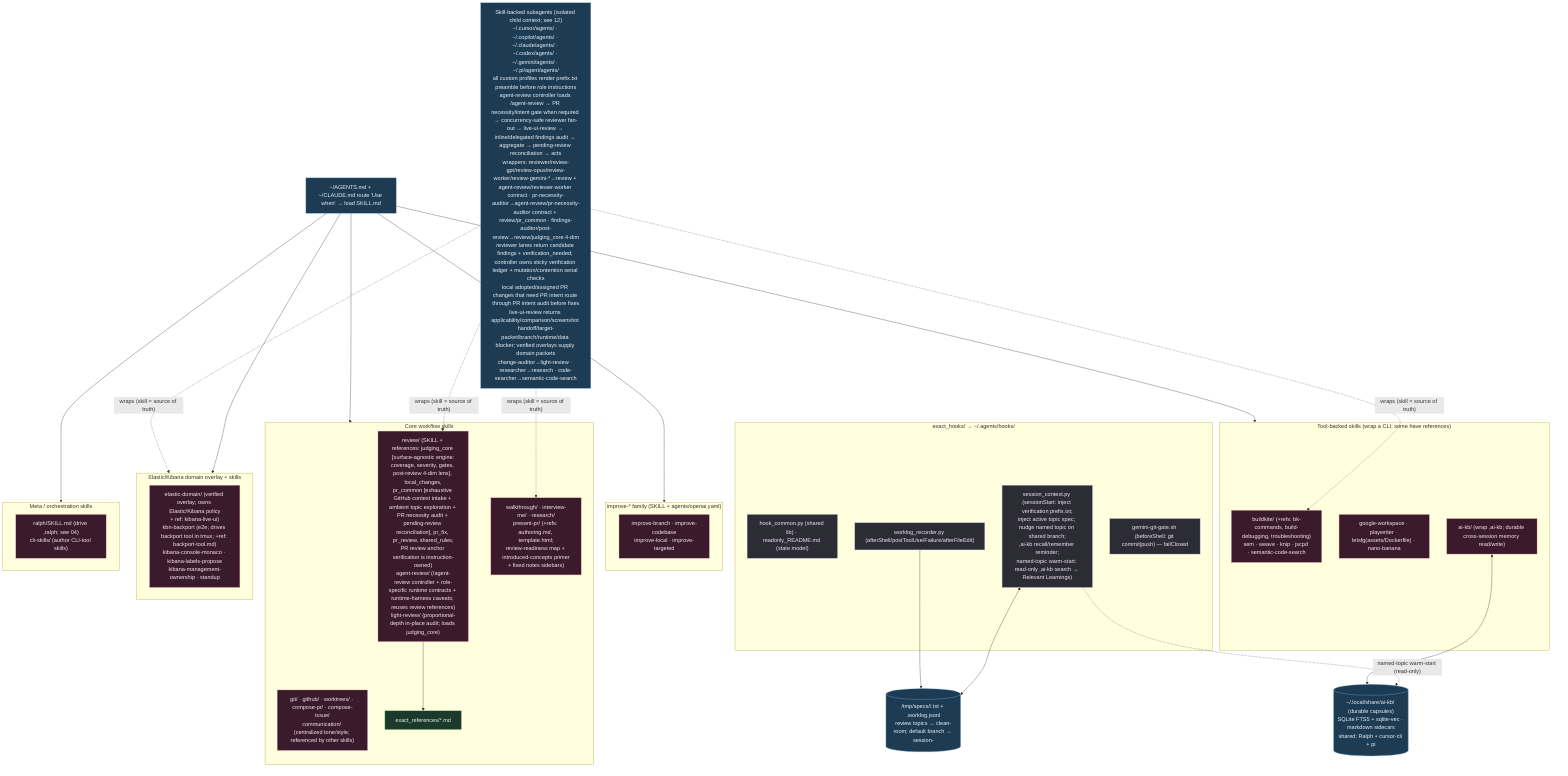
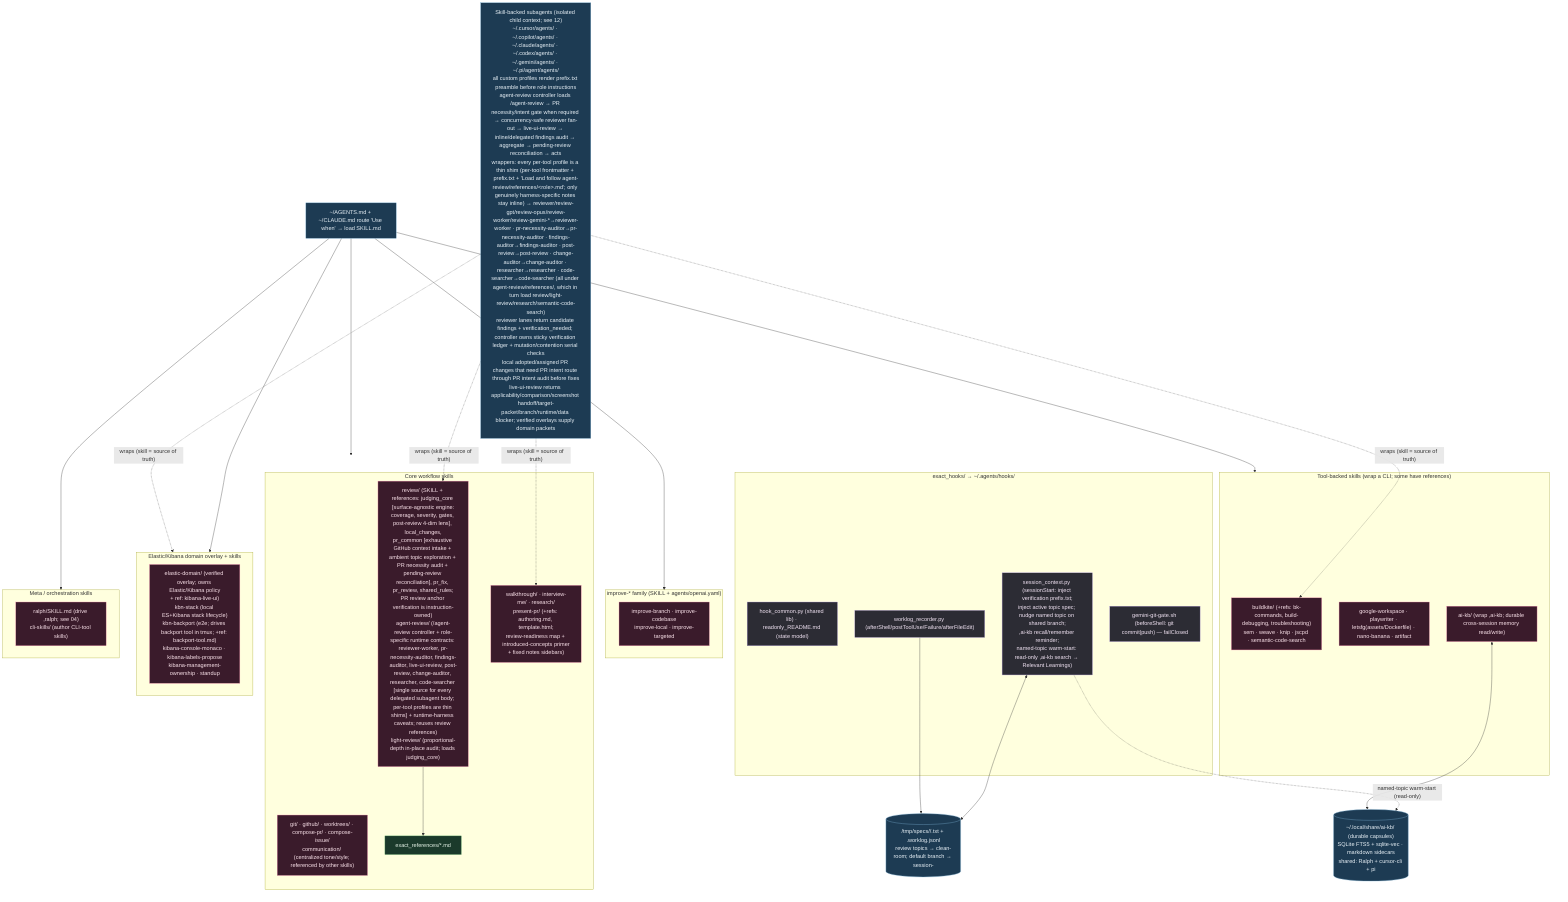
%% ============================================================================
- %% 03b-agent-skills-hooks.mmd — Every file under home/exact_dot_agents/ (67).
+ %% 03b-agent-skills-hooks.mmd — Every file under home/exact_dot_agents/ (73).
%% Skills → ~/.agents/skills/ (intent-routed SKILL.md). Shared hooks → ~/.agents/hooks/.
%% ============================================================================
flowchart TB
    classDef skill fill:#3a1b2b,stroke:#f48fb1,color:#fce4ec;
    classDef hook fill:#2c2c34,stroke:#b39ddb,color:#f3e5f5;
    classDef ref fill:#1b3a2b,stroke:#81c784,color:#e8f5e9;
    classDef data fill:#1d3b53,stroke:#7fb3d5,color:#eaf2f8;

    subgraph HOOKS["exact_hooks/ → ~/.agents/hooks/"]
        HC["hook_common.py (shared lib) · readonly_README.md (state model)"]:::hook
        SCx["session_context.py (sessionStart: inject verification prefix.txt;<br/>inject active topic spec; nudge named topic on shared branch;<br/>,ai-kb recall/remember reminder;<br/>named-topic warm-start: read-only ,ai-kb search → Relevant Learnings)"]:::hook
        WLx["worklog_recorder.py (afterShell/postToolUse/Failure/afterFileEdit)"]:::hook
        GG["gemini-git-gate.sh (beforeShell: git commit|push) — failClosed"]:::hook
    end

    MEM[("/tmp/specs/<pwd>/<topic>.txt + .worklog.jsonl<br/>review topics → clean-room; default branch → session-<id>")]:::data
    SCx <--> MEM
    WLx --> MEM

    KBDB[("~/.local/share/ai-kb/ (durable capsules)<br/>SQLite FTS5 + sqlite-vec · markdown sidecars<br/>shared: Ralph + cursor-cli + pi")]:::data
    SCx -. "named-topic warm-start (read-only)" .-> KBDB

    subgraph CORE["Core workflow skills"]
-         S1["review/ (SKILL + references: judging_core [surface-agnostic engine:<br/>coverage, severity, gates, post-review 4-dim lens], local_changes,<br/>pr_common [exhaustive GitHub context intake + ambient topic exploration + PR necessity audit + pending-review reconciliation], pr_fix, pr_review, shared_rules;<br/>PR review anchor verification is instruction-owned)<br/>agent-review/ (/agent-review controller + role-specific runtime contracts + runtime-harness caveats; reuses review references)<br/>light-review/ (proportional-depth in-place audit; loads judging_core)"]:::skill
+         S1["review/ (SKILL + references: judging_core [surface-agnostic engine:<br/>coverage, severity, gates, post-review 4-dim lens], local_changes,<br/>pr_common [exhaustive GitHub context intake + ambient topic exploration + PR necessity audit + pending-review reconciliation], pr_fix, pr_review, shared_rules;<br/>PR review anchor verification is instruction-owned)<br/>agent-review/ (/agent-review controller + role-specific runtime contracts: reviewer-worker, pr-necessity-auditor, findings-auditor, live-ui-review, post-review, change-auditor, researcher, code-searcher [single source for every delegated subagent body; per-tool profiles are thin shims] + runtime-harness caveats; reuses review references)<br/>light-review/ (proportional-depth in-place audit; loads judging_core)"]:::skill
        S2["git/ · github/ · worktrees/ · compose-pr/ · compose-issue/<br/>communication/ (centralized tone/style; referenced by other skills)"]:::skill
        S3["walkthrough/ · interview-me/ · research/<br/>present-pr/ (+refs: authoring.md, template.html;<br/>review-readiness map + introduced-concepts primer<br/>+ fixed notes sidebars)"]:::skill
        S1 --> R1["exact_references/*.md"]:::ref
    end

    subgraph IMPROVE["improve-* family (SKILL + agents/openai.yaml)"]
        S4["improve-branch · improve-codebase<br/>improve-local · improve-targeted"]:::skill
    end

    subgraph TOOLS["Tool-backed skills (wrap a CLI; some have references)"]
        S5["buildkite/ (+refs: bk-commands, build-debugging, troubleshooting)<br/>sem · weave · knip · jscpd · semantic-code-search"]:::skill
-         S6["google-workspace · playwriter · letsfg(assets/Dockerfile) · nano-banana"]:::skill
+         S6["google-workspace · playwriter · letsfg(assets/Dockerfile) · nano-banana · artifact"]:::skill
        S7["ai-kb/ (wrap ,ai-kb; durable cross-session memory read/write)"]:::skill
    end

    subgraph KBN["Elastic/Kibana domain overlay + skills"]
-         S8["elastic-domain/ (verified overlay; owns Elastic/Kibana policy<br/>+ ref: kibana-live-ui)<br/>kbn-backport (e2e; drives backport tool in tmux; +ref: backport-tool.md)<br/>kibana-console-monaco · kibana-labels-propose<br/>kibana-management-ownership · standup"]:::skill
+         S8["elastic-domain/ (verified overlay; owns Elastic/Kibana policy<br/>+ ref: kibana-live-ui)<br/>kbn-stack (local ES+Kibana stack lifecycle)<br/>kbn-backport (e2e; drives backport tool in tmux; +ref: backport-tool.md)<br/>kibana-console-monaco · kibana-labels-propose<br/>kibana-management-ownership · standup"]:::skill
    end

    subgraph META["Meta / orchestration skills"]
        S9["ralph/SKILL.md (drive ,ralph; see 04)<br/>cli-skills/ (author CLI-tool skills)"]:::skill
    end

    SOPS["~/AGENTS.md + ~/CLAUDE.md route 'Use when' → load SKILL.md"]:::data
    SOPS --> CORE & IMPROVE & TOOLS & KBN & META
    S7 <--> KBDB

-     SUBA["Skill-backed subagents (isolated child context; see 12)<br/>~/.cursor/agents/ · ~/.copilot/agents/ · ~/.claude/agents/ · ~/.codex/agents/ · ~/.gemini/agents/ · ~/.pi/agent/agents/<br/>all custom profiles render prefix.txt preamble before role instructions<br/>agent-review controller loads /agent-review → PR necessity/intent gate when required → concurrency-safe reviewer fan-out → live-ui-review → inline/delegated findings audit → aggregate → pending-review reconciliation → acts<br/>wrappers: reviewer/review-gpt/review-opus/review-worker/review-gemini-*→review + agent-review/reviewer-worker contract · pr-necessity-auditor→agent-review/pr-necessity-auditor contract + review/pr_common · findings-auditor/post-review→review/judging_core 4-dim<br/>reviewer lanes return candidate findings + verification_needed; controller owns sticky verification ledger + mutation/contention serial checks<br/>local adopted/assigned PR changes that need PR intent route through PR intent audit before fixes<br/>live-ui-review returns applicability/comparison/screenshot handoff/target-packet/branch/runtime/data blocker; verified overlays supply domain packets<br/>change-auditor→light-review · researcher→research · code-searcher→semantic-code-search"]:::data
+     SUBA["Skill-backed subagents (isolated child context; see 12)<br/>~/.cursor/agents/ · ~/.copilot/agents/ · ~/.claude/agents/ · ~/.codex/agents/ · ~/.gemini/agents/ · ~/.pi/agent/agents/<br/>all custom profiles render prefix.txt preamble before role instructions<br/>agent-review controller loads /agent-review → PR necessity/intent gate when required → concurrency-safe reviewer fan-out → live-ui-review → inline/delegated findings audit → aggregate → pending-review reconciliation → acts<br/>wrappers: every per-tool profile is a thin shim (per-tool frontmatter + prefix.txt + 'Load and follow agent-review/references/&lt;role&gt;.md'; only genuinely harness-specific notes stay inline) → reviewer/review-gpt/review-opus/review-worker/review-gemini-*→reviewer-worker · pr-necessity-auditor→pr-necessity-auditor · findings-auditor→findings-auditor · post-review→post-review · change-auditor→change-auditor · researcher→researcher · code-searcher→code-searcher (all under agent-review/references/, which in turn load review/light-review/research/semantic-code-search)<br/>reviewer lanes return candidate findings + verification_needed; controller owns sticky verification ledger + mutation/contention serial checks<br/>local adopted/assigned PR changes that need PR intent route through PR intent audit before fixes<br/>live-ui-review returns applicability/comparison/screenshot handoff/target-packet/branch/runtime/data blocker; verified overlays supply domain packets"]:::data
    SUBA -.->|"wraps (skill = source of truth)"| S1 & S3 & S5 & KBN
